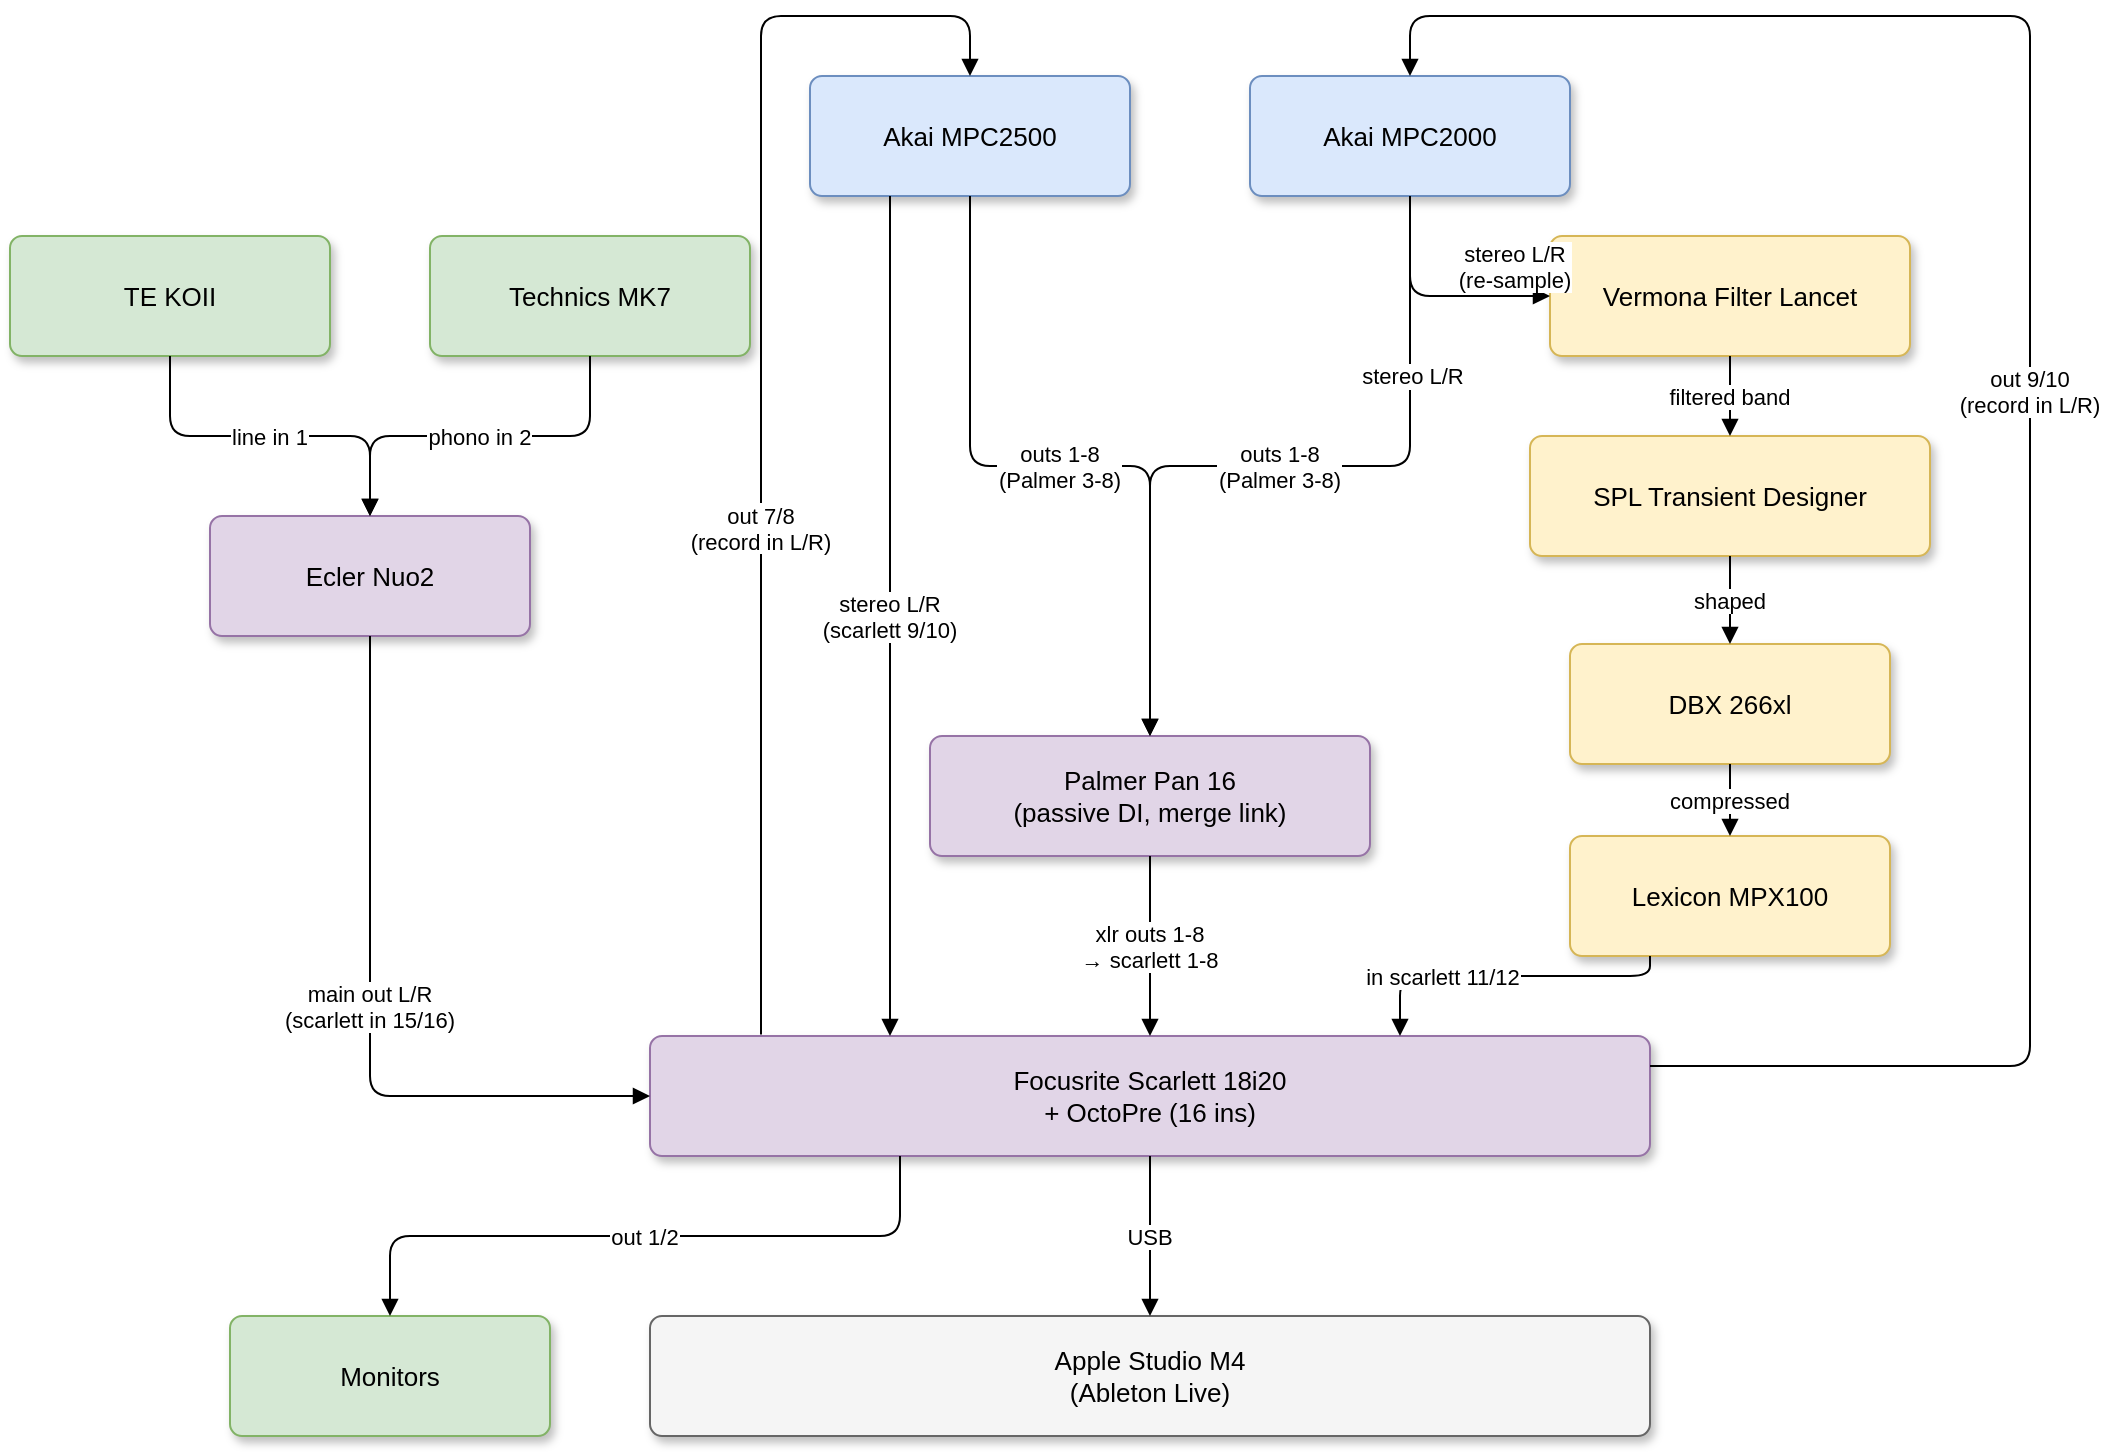
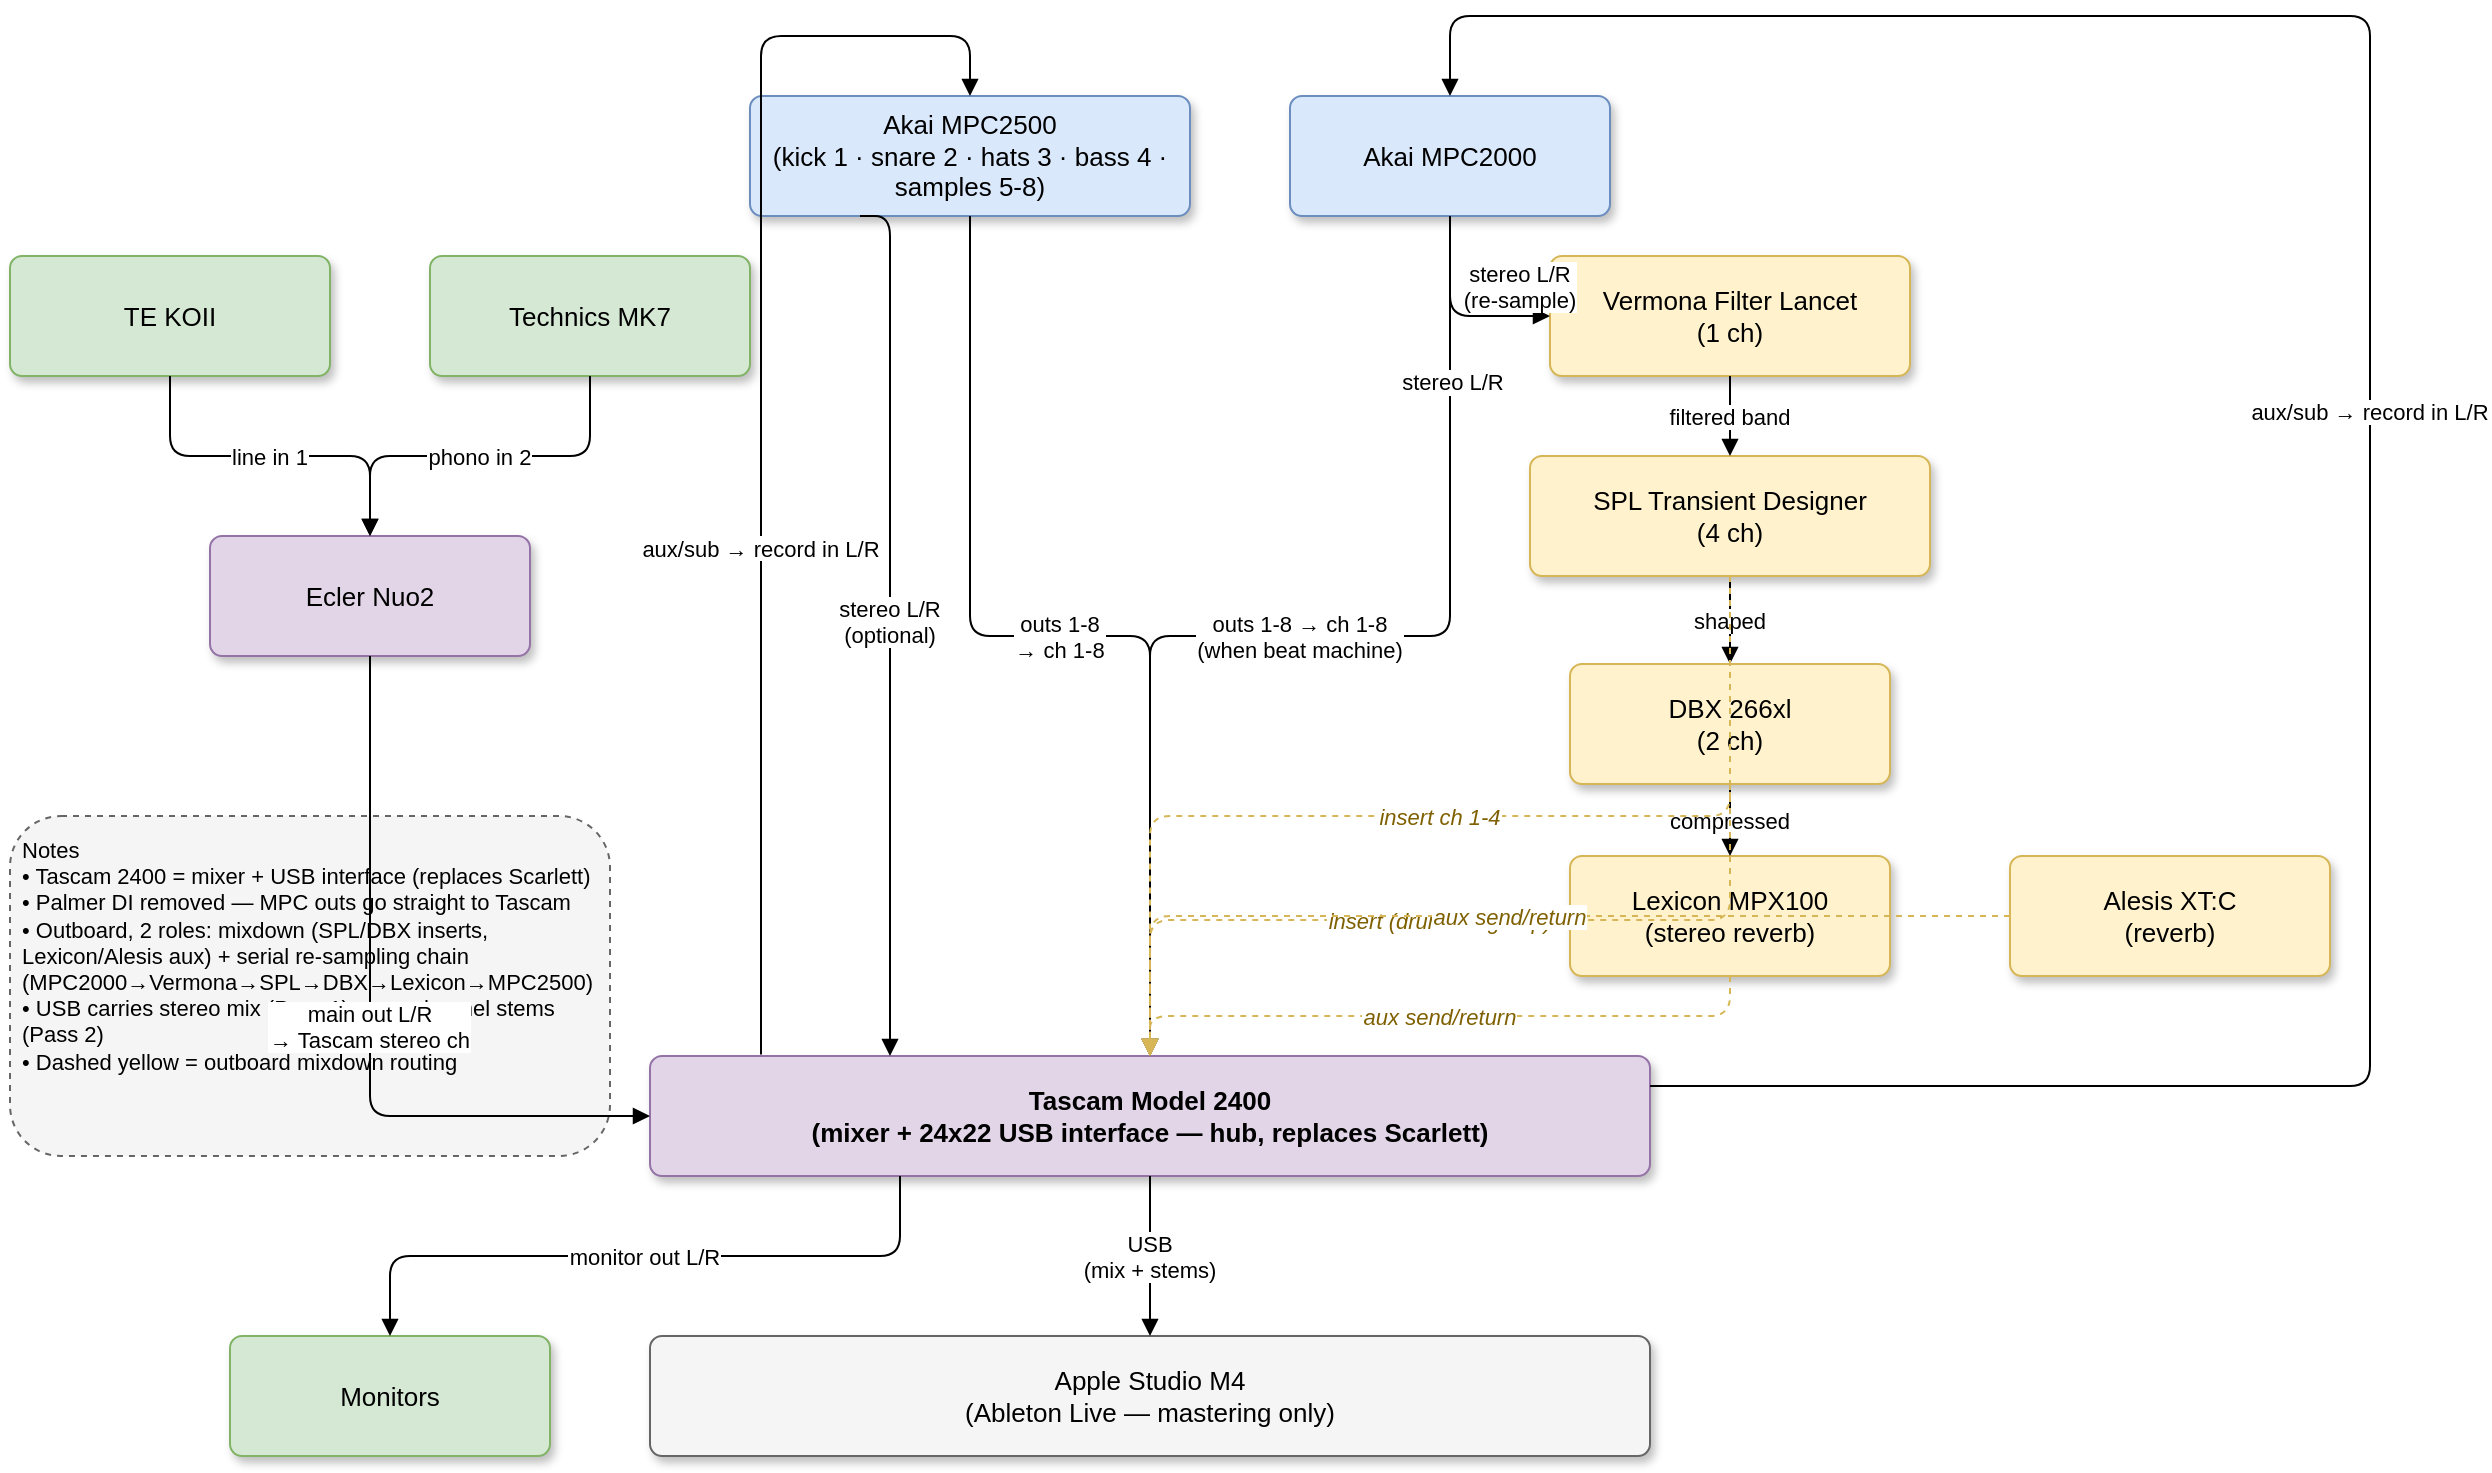
<mxfile host="Electron" agent="Mozilla/5.0 (Macintosh; Intel Mac OS X 10_15_7) AppleWebKit/537.36 (KHTML, like Gecko) draw.io/29.6.6 Chrome/144.0.7559.236 Electron/40.8.4 Safari/537.36" version="29.6.6">
  <diagram name="Overview" id="d1">
    <mxGraphModel dx="2670" dy="1086" grid="1" gridSize="10" guides="1" tooltips="1" connect="1" arrows="1" fold="1" page="1" pageScale="1" pageWidth="1169" pageHeight="827" math="0" shadow="0">
      <root>
        <mxCell id="0" />
        <mxCell id="1" parent="0" />
        <mxCell id="10" parent="1" style="rounded=1;whiteSpace=wrap;html=1;shadow=1;arcSize=10;fillColor=#d5e8d4;strokeColor=#82b366;fontColor=#000000;fontSize=13;fontStyle=0;" value="Technics MK7" vertex="1">
          <mxGeometry height="60" width="160" x="150" y="160" as="geometry" />
        </mxCell>
        <mxCell id="12" parent="1" style="rounded=1;whiteSpace=wrap;html=1;shadow=1;arcSize=10;fillColor=#d5e8d4;strokeColor=#82b366;fontColor=#000000;fontSize=13;fontStyle=0;" value="TE KOII" vertex="1">
          <mxGeometry height="60" width="160" x="-60" y="160" as="geometry" />
        </mxCell>
        <mxCell id="11" parent="1" style="rounded=1;whiteSpace=wrap;html=1;shadow=1;arcSize=10;fillColor=#e1d5e7;strokeColor=#9673a6;fontColor=#000000;fontSize=13;fontStyle=0;" value="Ecler Nuo2" vertex="1">
          <mxGeometry height="60" width="160" x="40" y="300" as="geometry" />
        </mxCell>
-         <mxCell id="20" parent="1" style="rounded=1;whiteSpace=wrap;html=1;shadow=1;arcSize=10;fillColor=#dae8fc;strokeColor=#6c8ebf;fontColor=#000000;fontSize=13;fontStyle=0;" value="Akai MPC2500" vertex="1">
-           <mxGeometry height="60" width="160" x="340" y="80" as="geometry" />
+         <mxCell id="20" parent="1" style="rounded=1;whiteSpace=wrap;html=1;shadow=1;arcSize=10;fillColor=#dae8fc;strokeColor=#6c8ebf;fontColor=#000000;fontSize=13;fontStyle=0;" value="Akai MPC2500&#xa;(kick 1 · snare 2 · hats 3 · bass 4 · samples 5-8)" vertex="1">
+           <mxGeometry height="60" width="220" x="310" y="80" as="geometry" />
        </mxCell>
        <mxCell id="21" parent="1" style="rounded=1;whiteSpace=wrap;html=1;shadow=1;arcSize=10;fillColor=#dae8fc;strokeColor=#6c8ebf;fontColor=#000000;fontSize=13;fontStyle=0;" value="Akai MPC2000" vertex="1">
-           <mxGeometry height="60" width="160" x="560" y="80" as="geometry" />
+           <mxGeometry height="60" width="160" x="580" y="80" as="geometry" />
        </mxCell>
-         <mxCell id="45" parent="1" style="rounded=1;whiteSpace=wrap;html=1;shadow=1;arcSize=10;fillColor=#e1d5e7;strokeColor=#9673a6;fontColor=#000000;fontSize=13;fontStyle=0;" value="Palmer Pan 16&#xa;(passive DI, merge link)" vertex="1">
-           <mxGeometry height="60" width="220" x="400" y="410" as="geometry" />
+         <mxCell id="38" parent="1" style="rounded=1;whiteSpace=wrap;html=1;shadow=1;arcSize=10;fillColor=#fff2cc;strokeColor=#d6b656;fontColor=#000000;fontSize=13;fontStyle=0;" value="Vermona Filter Lancet&#xa;(1 ch)" vertex="1">
+           <mxGeometry height="60" width="180" x="710" y="160" as="geometry" />
        </mxCell>
-         <mxCell id="30" parent="1" style="rounded=1;whiteSpace=wrap;html=1;shadow=1;arcSize=10;fillColor=#fff2cc;strokeColor=#d6b656;fontColor=#000000;fontSize=13;fontStyle=0;" value="DBX 266xl" vertex="1">
+         <mxCell id="35" parent="1" style="rounded=1;whiteSpace=wrap;html=1;shadow=1;arcSize=10;fillColor=#fff2cc;strokeColor=#d6b656;fontColor=#000000;fontSize=13;fontStyle=0;" value="SPL Transient Designer&#xa;(4 ch)" vertex="1">
+           <mxGeometry height="60" width="200" x="700" y="260" as="geometry" />
+         </mxCell>
+         <mxCell id="30" parent="1" style="rounded=1;whiteSpace=wrap;html=1;shadow=1;arcSize=10;fillColor=#fff2cc;strokeColor=#d6b656;fontColor=#000000;fontSize=13;fontStyle=0;" value="DBX 266xl&#xa;(2 ch)" vertex="1">
          <mxGeometry height="60" width="160" x="720" y="364" as="geometry" />
        </mxCell>
-         <mxCell id="35" parent="1" style="rounded=1;whiteSpace=wrap;html=1;shadow=1;arcSize=10;fillColor=#fff2cc;strokeColor=#d6b656;fontColor=#000000;fontSize=13;fontStyle=0;" value="SPL Transient Designer" vertex="1">
-           <mxGeometry height="60" width="200" x="700" y="260" as="geometry" />
-         </mxCell>
-         <mxCell id="36" parent="1" style="rounded=1;whiteSpace=wrap;html=1;shadow=1;arcSize=10;fillColor=#fff2cc;strokeColor=#d6b656;fontColor=#000000;fontSize=13;fontStyle=0;" value="Lexicon MPX100" vertex="1">
+         <mxCell id="36" parent="1" style="rounded=1;whiteSpace=wrap;html=1;shadow=1;arcSize=10;fillColor=#fff2cc;strokeColor=#d6b656;fontColor=#000000;fontSize=13;fontStyle=0;" value="Lexicon MPX100&#xa;(stereo reverb)" vertex="1">
          <mxGeometry height="60" width="160" x="720" y="460" as="geometry" />
        </mxCell>
-         <mxCell id="38" parent="1" style="rounded=1;whiteSpace=wrap;html=1;shadow=1;arcSize=10;fillColor=#fff2cc;strokeColor=#d6b656;fontColor=#000000;fontSize=13;fontStyle=0;" value="Vermona Filter Lancet" vertex="1">
-           <mxGeometry height="60" width="180" x="710" y="160" as="geometry" />
+         <mxCell id="40" parent="1" style="rounded=1;whiteSpace=wrap;html=1;shadow=1;arcSize=10;fillColor=#fff2cc;strokeColor=#d6b656;fontColor=#000000;fontSize=13;fontStyle=0;" value="Alesis XT:C&#xa;(reverb)" vertex="1">
+           <mxGeometry height="60" width="160" x="940" y="460" as="geometry" />
        </mxCell>
-         <mxCell id="50" parent="1" style="rounded=1;whiteSpace=wrap;html=1;shadow=1;arcSize=10;fillColor=#e1d5e7;strokeColor=#9673a6;fontColor=#000000;fontSize=13;fontStyle=0;" value="Focusrite Scarlett 18i20&#xa;+ OctoPre (16 ins)" vertex="1">
+         <mxCell id="50" parent="1" style="rounded=1;whiteSpace=wrap;html=1;shadow=1;arcSize=10;fillColor=#e1d5e7;strokeColor=#9673a6;fontColor=#000000;fontSize=13;fontStyle=1;" value="Tascam Model 2400&#xa;(mixer + 24x22 USB interface — hub, replaces Scarlett)" vertex="1">
          <mxGeometry height="60" width="500" x="260" y="560" as="geometry" />
        </mxCell>
-         <mxCell id="60" parent="1" style="rounded=1;whiteSpace=wrap;html=1;shadow=1;arcSize=10;fillColor=#f5f5f5;strokeColor=#666666;fontColor=#000000;fontSize=13;fontStyle=0;" value="Apple Studio M4&#xa;(Ableton Live)" vertex="1">
+         <mxCell id="60" parent="1" style="rounded=1;whiteSpace=wrap;html=1;shadow=1;arcSize=10;fillColor=#f5f5f5;strokeColor=#666666;fontColor=#000000;fontSize=13;fontStyle=0;" value="Apple Studio M4&#xa;(Ableton Live — mastering only)" vertex="1">
          <mxGeometry height="60" width="500" x="260" y="700" as="geometry" />
        </mxCell>
        <mxCell id="70" parent="1" style="rounded=1;whiteSpace=wrap;html=1;shadow=1;arcSize=10;fillColor=#d5e8d4;strokeColor=#82b366;fontColor=#000000;fontSize=13;fontStyle=0;" value="Monitors" vertex="1">
          <mxGeometry height="60" width="160" x="50" y="700" as="geometry" />
+         </mxCell>
+         <mxCell id="note1" parent="1" style="rounded=1;whiteSpace=wrap;html=1;fillColor=#f5f5f5;strokeColor=#666666;fontColor=#000000;fontSize=11;align=left;verticalAlign=top;spacing=6;dashed=1;" value="Notes&#xa;• Tascam 2400 = mixer + USB interface (replaces Scarlett)&#xa;• Palmer DI removed — MPC outs go straight to Tascam&#xa;• Outboard, 2 roles: mixdown (SPL/DBX inserts, Lexicon/Alesis aux) + serial re-sampling chain (MPC2000→Vermona→SPL→DBX→Lexicon→MPC2500)&#xa;• USB carries stereo mix (Pass 1) + per-channel stems (Pass 2)&#xa;• Dashed yellow = outboard mixdown routing" vertex="1">
+           <mxGeometry height="170" width="300" x="-60" y="440" as="geometry" />
        </mxCell>
        <mxCell id="e1" edge="1" parent="1" source="10" style="edgeStyle=orthogonalEdgeStyle;rounded=1;orthogonalLoop=1;strokeColor=#000000;fontColor=#000000;fontSize=11;fontStyle=0;endArrow=block;endFill=1;shadow=0;" target="11" value="phono in 2">
          <mxGeometry relative="1" as="geometry" />
        </mxCell>
        <mxCell id="e1b" edge="1" parent="1" source="12" style="edgeStyle=orthogonalEdgeStyle;rounded=1;orthogonalLoop=1;strokeColor=#000000;fontColor=#000000;fontSize=11;fontStyle=0;endArrow=block;endFill=1;shadow=0;" target="11" value="line in 1">
          <mxGeometry relative="1" as="geometry" />
        </mxCell>
-         <mxCell id="e2" edge="1" parent="1" source="11" style="edgeStyle=orthogonalEdgeStyle;rounded=1;orthogonalLoop=1;strokeColor=#000000;fontColor=#000000;fontSize=11;fontStyle=0;endArrow=block;endFill=1;shadow=0;" target="50" value="main out L/R&#xa;(scarlett in 15/16)">
+         <mxCell id="e2" edge="1" parent="1" source="11" style="edgeStyle=orthogonalEdgeStyle;rounded=1;orthogonalLoop=1;strokeColor=#000000;fontColor=#000000;fontSize=11;fontStyle=0;endArrow=block;endFill=1;shadow=0;" target="50" value="main out L/R&#xa;→ Tascam stereo ch">
          <mxGeometry relative="1" as="geometry">
            <Array as="points">
              <mxPoint x="120" y="560" />
              <mxPoint x="120" y="590" />
            </Array>
          </mxGeometry>
        </mxCell>
-         <mxCell id="e3a" edge="1" parent="1" source="20" style="edgeStyle=orthogonalEdgeStyle;rounded=1;orthogonalLoop=1;strokeColor=#000000;fontColor=#000000;fontSize=11;fontStyle=0;endArrow=block;endFill=1;shadow=0;" target="45" value="outs 1-8&#xa;(Palmer 3-8)">
+         <mxCell id="e3a" edge="1" parent="1" source="20" style="edgeStyle=orthogonalEdgeStyle;rounded=1;orthogonalLoop=1;strokeColor=#000000;fontColor=#000000;fontSize=11;fontStyle=0;endArrow=block;endFill=1;shadow=0;" target="50" value="outs 1-8&#xa;→ ch 1-8">
          <mxGeometry relative="1" as="geometry" />
        </mxCell>
-         <mxCell id="e4a" edge="1" parent="1" source="21" style="edgeStyle=orthogonalEdgeStyle;rounded=1;orthogonalLoop=1;strokeColor=#000000;fontColor=#000000;fontSize=11;fontStyle=0;endArrow=block;endFill=1;shadow=0;" target="45" value="outs 1-8&#xa;(Palmer 3-8)">
+         <mxCell id="e4a" edge="1" parent="1" source="21" style="edgeStyle=orthogonalEdgeStyle;rounded=1;orthogonalLoop=1;strokeColor=#000000;fontColor=#000000;fontSize=11;fontStyle=0;endArrow=block;endFill=1;shadow=0;" target="50" value="outs 1-8 → ch 1-8&#xa;(when beat machine)">
          <mxGeometry relative="1" as="geometry" />
        </mxCell>
-         <mxCell id="e3s" edge="1" parent="1" source="20" style="edgeStyle=orthogonalEdgeStyle;rounded=1;orthogonalLoop=1;strokeColor=#000000;fontColor=#000000;fontSize=11;fontStyle=0;endArrow=block;endFill=1;shadow=0;exitX=0.25;exitY=1;exitDx=0;exitDy=0;" target="50" value="stereo L/R&#xa;(scarlett 9/10)">
+         <mxCell id="e3s" edge="1" parent="1" source="20" style="edgeStyle=orthogonalEdgeStyle;rounded=1;orthogonalLoop=1;strokeColor=#000000;fontColor=#000000;fontSize=11;fontStyle=0;endArrow=block;endFill=1;shadow=0;exitX=0.25;exitY=1;exitDx=0;exitDy=0;" target="50" value="stereo L/R&#xa;(optional)">
          <mxGeometry relative="1" as="geometry">
            <Array as="points">
              <mxPoint x="380" y="340" />
              <mxPoint x="380" y="340" />
            </Array>
          </mxGeometry>
        </mxCell>
-         <mxCell id="e4s" edge="1" parent="1" source="36" style="edgeStyle=orthogonalEdgeStyle;rounded=1;orthogonalLoop=1;strokeColor=#000000;fontColor=#000000;fontSize=11;fontStyle=0;endArrow=block;endFill=1;shadow=0;exitX=0.25;exitY=1;exitDx=0;exitDy=0;entryX=0.75;entryY=0;entryDx=0;entryDy=0;" target="50" value="in scarlett 11/12">
-           <mxGeometry relative="1" x="0.376" as="geometry">
-             <mxPoint as="offset" />
-             <Array as="points">
-               <mxPoint x="760" y="530" />
-               <mxPoint x="635" y="530" />
-             </Array>
-           </mxGeometry>
-         </mxCell>
-         <mxCell id="e5c" edge="1" parent="1" source="45" style="edgeStyle=orthogonalEdgeStyle;rounded=1;orthogonalLoop=1;strokeColor=#000000;fontColor=#000000;fontSize=11;fontStyle=0;endArrow=block;endFill=1;shadow=0;" target="50" value="xlr outs 1-8&#xa;→ scarlett 1-8">
-           <mxGeometry relative="1" as="geometry" />
-         </mxCell>
        <mxCell id="efx1" edge="1" parent="1" source="21" style="edgeStyle=orthogonalEdgeStyle;rounded=1;orthogonalLoop=1;strokeColor=#000000;fontColor=#000000;fontSize=11;fontStyle=0;endArrow=block;endFill=1;shadow=0;exitX=0.5;exitY=1;exitDx=0;exitDy=0;" target="38" value="stereo L/R&#xa;(re-sample)">
          <mxGeometry relative="1" x="0.7048" y="15" as="geometry">
            <mxPoint as="offset" />
            <Array as="points">
-               <mxPoint x="640" y="190" />
+               <mxPoint x="660" y="190" />
            </Array>
          </mxGeometry>
        </mxCell>
        <mxCell id="TzeuNchovAV549coVqab-71" connectable="0" parent="efx1" style="edgeLabel;html=1;align=center;verticalAlign=middle;resizable=0;points=[];" value="stereo L/R" vertex="1">
          <mxGeometry relative="1" x="-0.3589" y="1" as="geometry">
            <mxPoint y="51" as="offset" />
          </mxGeometry>
        </mxCell>
        <mxCell id="efx2" edge="1" parent="1" source="38" style="edgeStyle=orthogonalEdgeStyle;rounded=1;orthogonalLoop=1;strokeColor=#000000;fontColor=#000000;fontSize=11;fontStyle=0;endArrow=block;endFill=1;shadow=0;" target="35" value="filtered band">
          <mxGeometry relative="1" as="geometry" />
        </mxCell>
        <mxCell id="efx3" edge="1" parent="1" source="35" style="edgeStyle=orthogonalEdgeStyle;rounded=1;orthogonalLoop=1;strokeColor=#000000;fontColor=#000000;fontSize=11;fontStyle=0;endArrow=block;endFill=1;shadow=0;" target="30" value="shaped">
          <mxGeometry relative="1" as="geometry" />
        </mxCell>
        <mxCell id="efx4" edge="1" parent="1" source="30" style="edgeStyle=orthogonalEdgeStyle;rounded=1;orthogonalLoop=1;strokeColor=#000000;fontColor=#000000;fontSize=11;fontStyle=0;endArrow=block;endFill=1;shadow=0;" target="36" value="compressed">
          <mxGeometry relative="1" as="geometry" />
        </mxCell>
-         <mxCell id="e8" edge="1" parent="1" source="50" style="edgeStyle=orthogonalEdgeStyle;rounded=1;orthogonalLoop=1;strokeColor=#000000;fontColor=#000000;fontSize=11;fontStyle=0;endArrow=block;endFill=1;shadow=0;" target="60" value="USB">
+         <mxCell id="eins1" edge="1" parent="1" source="35" style="edgeStyle=orthogonalEdgeStyle;rounded=1;orthogonalLoop=1;strokeColor=#d6b656;fontColor=#7f6000;fontSize=11;fontStyle=2;endArrow=block;endFill=1;shadow=0;dashed=1;" target="50" value="insert ch 1-4">
          <mxGeometry relative="1" as="geometry" />
        </mxCell>
-         <mxCell id="e9" edge="1" parent="1" source="50" style="edgeStyle=orthogonalEdgeStyle;rounded=1;orthogonalLoop=1;strokeColor=#000000;fontColor=#000000;fontSize=11;fontStyle=0;endArrow=block;endFill=1;shadow=0;exitX=0.25;exitY=1;exitDx=0;exitDy=0;" target="70" value="out 1/2">
+         <mxCell id="eins2" edge="1" parent="1" source="30" style="edgeStyle=orthogonalEdgeStyle;rounded=1;orthogonalLoop=1;strokeColor=#d6b656;fontColor=#7f6000;fontSize=11;fontStyle=2;endArrow=block;endFill=1;shadow=0;dashed=1;" target="50" value="insert (drum subgroup)">
          <mxGeometry relative="1" as="geometry" />
        </mxCell>
-         <mxCell id="e10" edge="1" parent="1" source="50" style="edgeStyle=orthogonalEdgeStyle;rounded=1;orthogonalLoop=1;strokeColor=#000000;fontColor=#000000;fontSize=11;fontStyle=0;endArrow=block;endFill=1;shadow=0;exitX=0.111;exitY=-0.012;exitDx=0;exitDy=0;exitPerimeter=0;" target="20" value="out 7/8&#xa;(record in L/R)">
+         <mxCell id="eaux1" edge="1" parent="1" source="36" style="edgeStyle=orthogonalEdgeStyle;rounded=1;orthogonalLoop=1;strokeColor=#d6b656;fontColor=#7f6000;fontSize=11;fontStyle=2;endArrow=block;endFill=1;shadow=0;dashed=1;" target="50" value="aux send/return">
+           <mxGeometry relative="1" as="geometry" />
+         </mxCell>
+         <mxCell id="eaux2" edge="1" parent="1" source="40" style="edgeStyle=orthogonalEdgeStyle;rounded=1;orthogonalLoop=1;strokeColor=#d6b656;fontColor=#7f6000;fontSize=11;fontStyle=2;endArrow=block;endFill=1;shadow=0;dashed=1;" target="50" value="aux send/return">
+           <mxGeometry relative="1" as="geometry" />
+         </mxCell>
+         <mxCell id="e8" edge="1" parent="1" source="50" style="edgeStyle=orthogonalEdgeStyle;rounded=1;orthogonalLoop=1;strokeColor=#000000;fontColor=#000000;fontSize=11;fontStyle=0;endArrow=block;endFill=1;shadow=0;" target="60" value="USB&#xa;(mix + stems)">
+           <mxGeometry relative="1" as="geometry" />
+         </mxCell>
+         <mxCell id="e9" edge="1" parent="1" source="50" style="edgeStyle=orthogonalEdgeStyle;rounded=1;orthogonalLoop=1;strokeColor=#000000;fontColor=#000000;fontSize=11;fontStyle=0;endArrow=block;endFill=1;shadow=0;exitX=0.25;exitY=1;exitDx=0;exitDy=0;" target="70" value="monitor out L/R">
+           <mxGeometry relative="1" as="geometry" />
+         </mxCell>
+         <mxCell id="e10" edge="1" parent="1" source="50" style="edgeStyle=orthogonalEdgeStyle;rounded=1;orthogonalLoop=1;strokeColor=#000000;fontColor=#000000;fontSize=11;fontStyle=0;endArrow=block;endFill=1;shadow=0;exitX=0.111;exitY=-0.012;exitDx=0;exitDy=0;exitPerimeter=0;" target="20" value="aux/sub → record in L/R">
          <mxGeometry relative="1" x="-0.2124" as="geometry">
            <mxPoint as="offset" />
            <Array as="points">
              <mxPoint x="315" y="50" />
              <mxPoint x="420" y="50" />
            </Array>
          </mxGeometry>
        </mxCell>
-         <mxCell id="e11" edge="1" parent="1" source="50" style="edgeStyle=orthogonalEdgeStyle;rounded=1;orthogonalLoop=1;strokeColor=#000000;fontColor=#000000;fontSize=11;fontStyle=0;endArrow=block;endFill=1;shadow=0;exitX=1;exitY=0.25;exitDx=0;exitDy=0;" target="21" value="out 9/10&#xa;(record in L/R)">
+         <mxCell id="e11" edge="1" parent="1" source="50" style="edgeStyle=orthogonalEdgeStyle;rounded=1;orthogonalLoop=1;strokeColor=#000000;fontColor=#000000;fontSize=11;fontStyle=0;endArrow=block;endFill=1;shadow=0;exitX=1;exitY=0.25;exitDx=0;exitDy=0;" target="21" value="aux/sub → record in L/R">
          <mxGeometry relative="1" as="geometry">
            <Array as="points">
-               <mxPoint x="950" y="575" />
-               <mxPoint x="950" y="50" />
-               <mxPoint x="640" y="50" />
+               <mxPoint x="1120" y="575" />
+               <mxPoint x="1120" y="40" />
+               <mxPoint x="660" y="40" />
            </Array>
          </mxGeometry>
        </mxCell>
      </root>
    </mxGraphModel>
  </diagram>
</mxfile>
